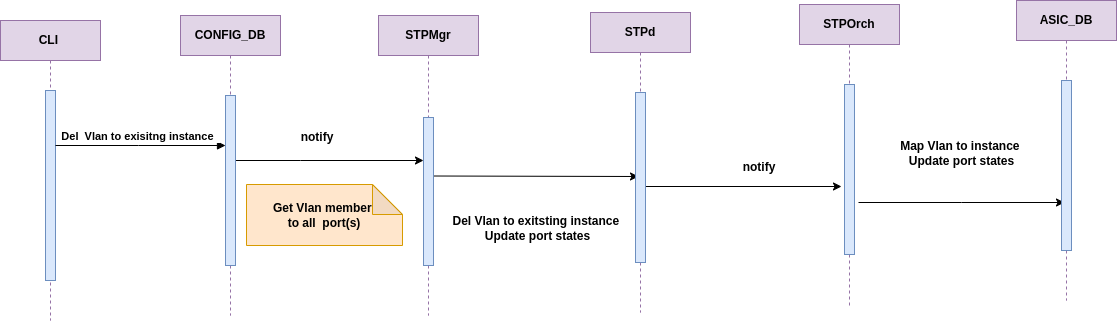
sonic-net/SONiC keeps this draw.io diagram as doc/MSTP/images/MSTP_Del_ExistingInstance.drawio.png. Above is the earlier version. Source tidied: cells renumbered, new cells last; positions are measured from the earlier drawing's top-left corner, leaving out a move shared by most shapes. Its diagram source:
```xml
<mxGraphModel>
  <root>
    <mxCell id="0" />
    <mxCell id="1" parent="0" />
    <mxCell id="2" value="CLI&amp;nbsp;" style="shape=umlLifeline;perimeter=lifelinePerimeter;whiteSpace=wrap;html=1;newEdgeStyle={&quot;edgeStyle&quot;:&quot;elbowEdgeStyle&quot;,&quot;elbow&quot;:&quot;vertical&quot;,&quot;curved&quot;:0,&quot;rounded&quot;:0};fillColor=#e1d5e7;strokeColor=#9673a6;fontStyle=1;" parent="1" vertex="1">
      <mxGeometry y="20" width="100" height="300" as="geometry" />
    </mxCell>
    <mxCell id="3" style="html=1;points=[];perimeter=orthogonalPerimeter;outlineConnect=0;targetShapes=umlLifeline;portConstraint=eastwest;newEdgeStyle={&quot;edgeStyle&quot;:&quot;elbowEdgeStyle&quot;,&quot;elbow&quot;:&quot;vertical&quot;,&quot;curved&quot;:0,&quot;rounded&quot;:0};fillColor=#dae8fc;strokeColor=#6c8ebf;fontStyle=1;" parent="2" vertex="1">
      <mxGeometry x="45" y="70" width="10" height="190" as="geometry" />
    </mxCell>
    <mxCell id="4" style="edgeStyle=elbowEdgeStyle;rounded=0;jettySize=auto;html=1;elbow=vertical;curved=0;fontStyle=1;" parent="1" edge="1" source="5" target="10">
      <mxGeometry relative="1" as="geometry">
        <Array as="points">
          <mxPoint x="300" y="160" />
          <mxPoint x="319" y="196" />
          <mxPoint x="433" y="146" />
        </Array>
      </mxGeometry>
    </mxCell>
    <mxCell id="5" value="CONFIG_DB" style="shape=umlLifeline;perimeter=lifelinePerimeter;whiteSpace=wrap;html=1;outlineConnect=0;portConstraint=eastwest;newEdgeStyle={&quot;edgeStyle&quot;:&quot;elbowEdgeStyle&quot;,&quot;elbow&quot;:&quot;vertical&quot;,&quot;curved&quot;:0,&quot;rounded&quot;:0};fillColor=#e1d5e7;strokeColor=#9673a6;fontStyle=1;" parent="1" vertex="1">
      <mxGeometry x="180" y="15" width="100" height="300" as="geometry" />
    </mxCell>
    <mxCell id="6" style="html=1;points=[];perimeter=orthogonalPerimeter;outlineConnect=0;targetShapes=umlLifeline;portConstraint=eastwest;newEdgeStyle={&quot;edgeStyle&quot;:&quot;elbowEdgeStyle&quot;,&quot;elbow&quot;:&quot;vertical&quot;,&quot;curved&quot;:0,&quot;rounded&quot;:0};fillColor=#dae8fc;strokeColor=#6c8ebf;fontStyle=1;" parent="5" vertex="1">
      <mxGeometry x="45" y="80" width="10" height="170" as="geometry" />
    </mxCell>
    <mxCell id="7" value="&lt;div&gt;Del&amp;nbsp; Vlan to exisitng instance&amp;nbsp;&amp;nbsp;&lt;/div&gt;" style="html=1;verticalAlign=bottom;endArrow=block;edgeStyle=elbowEdgeStyle;elbow=horizontal;curved=0;rounded=0;fontStyle=1;" parent="1" edge="1" source="3" target="6">
      <mxGeometry relative="1" as="geometry">
        <Array as="points">
          <mxPoint x="138" y="145" />
          <mxPoint x="260" y="100" />
        </Array>
      </mxGeometry>
    </mxCell>
    <mxCell id="8" style="edgeStyle=elbowEdgeStyle;rounded=0;orthogonalLoop=1;jettySize=auto;html=1;elbow=vertical;curved=0;fontStyle=1;" parent="1" edge="1">
      <mxGeometry relative="1" as="geometry">
        <mxPoint x="430.5" y="175.5" as="sourcePoint" />
        <mxPoint x="638" y="176" as="targetPoint" />
      </mxGeometry>
    </mxCell>
    <mxCell id="9" value="STPMgr" style="shape=umlLifeline;perimeter=lifelinePerimeter;whiteSpace=wrap;html=1;newEdgeStyle={&quot;edgeStyle&quot;:&quot;elbowEdgeStyle&quot;,&quot;elbow&quot;:&quot;vertical&quot;,&quot;curved&quot;:0,&quot;rounded&quot;:0};fillColor=#e1d5e7;strokeColor=#9673a6;fontStyle=1;" parent="1" vertex="1">
      <mxGeometry x="378" y="15" width="100" height="300" as="geometry" />
    </mxCell>
    <mxCell id="10" style="html=1;points=[];perimeter=orthogonalPerimeter;outlineConnect=0;targetShapes=umlLifeline;portConstraint=eastwest;newEdgeStyle={&quot;edgeStyle&quot;:&quot;elbowEdgeStyle&quot;,&quot;elbow&quot;:&quot;vertical&quot;,&quot;curved&quot;:0,&quot;rounded&quot;:0};fillColor=#dae8fc;strokeColor=#6c8ebf;fontStyle=1;" parent="9" vertex="1">
      <mxGeometry x="45" y="102" width="10" height="148" as="geometry" />
    </mxCell>
    <mxCell id="11" style="edgeStyle=elbowEdgeStyle;rounded=0;jettySize=auto;html=1;elbow=vertical;curved=0;fontStyle=1;" parent="1" edge="1" source="12">
      <mxGeometry relative="1" as="geometry">
        <mxPoint x="841" y="186" as="targetPoint" />
      </mxGeometry>
    </mxCell>
    <mxCell id="12" value="STPd" style="shape=umlLifeline;perimeter=lifelinePerimeter;whiteSpace=wrap;html=1;outlineConnect=0;portConstraint=eastwest;newEdgeStyle={&quot;edgeStyle&quot;:&quot;elbowEdgeStyle&quot;,&quot;elbow&quot;:&quot;vertical&quot;,&quot;curved&quot;:0,&quot;rounded&quot;:0};fillColor=#e1d5e7;strokeColor=#9673a6;fontStyle=1;" parent="1" vertex="1">
      <mxGeometry x="590" y="12" width="100" height="300" as="geometry" />
    </mxCell>
    <mxCell id="13" style="html=1;perimeter=orthogonalPerimeter;targetShapes=umlLifeline;newEdgeStyle={&quot;edgeStyle&quot;:&quot;elbowEdgeStyle&quot;,&quot;elbow&quot;:&quot;vertical&quot;,&quot;curved&quot;:0,&quot;rounded&quot;:0};fillColor=#dae8fc;strokeColor=#6c8ebf;fontStyle=1;" parent="12" vertex="1">
      <mxGeometry x="45" y="80" width="10" height="170" as="geometry" />
    </mxCell>
    <mxCell id="14" style="edgeStyle=elbowEdgeStyle;rounded=0;orthogonalLoop=1;jettySize=auto;html=1;elbow=vertical;curved=0;fontStyle=1;" parent="1" edge="1">
      <mxGeometry relative="1" as="geometry">
        <mxPoint x="858" y="202" as="sourcePoint" />
        <mxPoint x="1064" y="202" as="targetPoint" />
      </mxGeometry>
    </mxCell>
    <mxCell id="15" value="STPOrch" style="shape=umlLifeline;perimeter=lifelinePerimeter;whiteSpace=wrap;html=1;newEdgeStyle={&quot;edgeStyle&quot;:&quot;elbowEdgeStyle&quot;,&quot;elbow&quot;:&quot;vertical&quot;,&quot;curved&quot;:0,&quot;rounded&quot;:0};fillColor=#e1d5e7;strokeColor=#9673a6;fontStyle=1;" parent="1" vertex="1">
      <mxGeometry x="799" y="4" width="100" height="302" as="geometry" />
    </mxCell>
    <mxCell id="16" style="html=1;perimeter=orthogonalPerimeter;targetShapes=umlLifeline;newEdgeStyle={&quot;edgeStyle&quot;:&quot;elbowEdgeStyle&quot;,&quot;elbow&quot;:&quot;vertical&quot;,&quot;curved&quot;:0,&quot;rounded&quot;:0};fillColor=#dae8fc;strokeColor=#6c8ebf;fontStyle=1;" parent="15" vertex="1">
      <mxGeometry x="45" y="80" width="10" height="170" as="geometry" />
    </mxCell>
    <mxCell id="17" value="ASIC_DB" style="shape=umlLifeline;perimeter=lifelinePerimeter;whiteSpace=wrap;html=1;newEdgeStyle={&quot;edgeStyle&quot;:&quot;elbowEdgeStyle&quot;,&quot;elbow&quot;:&quot;vertical&quot;,&quot;curved&quot;:0,&quot;rounded&quot;:0};fillColor=#e1d5e7;strokeColor=#9673a6;fontStyle=1;" parent="1" vertex="1">
      <mxGeometry x="1016" width="100" height="300" as="geometry" />
    </mxCell>
    <mxCell id="18" style="html=1;perimeter=orthogonalPerimeter;targetShapes=umlLifeline;newEdgeStyle={&quot;edgeStyle&quot;:&quot;elbowEdgeStyle&quot;,&quot;elbow&quot;:&quot;vertical&quot;,&quot;curved&quot;:0,&quot;rounded&quot;:0};fillColor=#dae8fc;strokeColor=#6c8ebf;fontStyle=1;" parent="17" vertex="1">
      <mxGeometry x="45" y="80" width="10" height="170" as="geometry" />
    </mxCell>
    <mxCell id="19" value="notify" style="text;html=1;align=center;verticalAlign=middle;whiteSpace=wrap;rounded=0;fontStyle=1;" parent="1" vertex="1">
      <mxGeometry x="287" y="122" width="60" height="30" as="geometry" />
    </mxCell>
    <mxCell id="20" value="notify" style="text;html=1;align=center;verticalAlign=middle;whiteSpace=wrap;rounded=0;fontStyle=1;" parent="1" vertex="1">
      <mxGeometry x="729" y="152" width="60" height="30" as="geometry" />
    </mxCell>
    <mxCell id="21" value="Get Vlan member&amp;nbsp;&lt;div&gt;to&amp;nbsp;&lt;span style=&quot;background-color: initial;&quot;&gt;all&amp;nbsp;&amp;nbsp;&lt;/span&gt;&lt;span style=&quot;background-color: initial;&quot;&gt;port(s)&lt;/span&gt;&lt;/div&gt;" style="shape=note;whiteSpace=wrap;html=1;backgroundOutline=1;darkOpacity=0.05;fillColor=#ffe6cc;strokeColor=#d79b00;fontStyle=1;" parent="1" vertex="1">
      <mxGeometry x="246" y="184" width="156" height="61" as="geometry" />
    </mxCell>
    <mxCell id="22" value="&lt;div&gt;Del Vlan to exitsting instance&amp;nbsp;&lt;/div&gt;&lt;div&gt;Update port states&lt;/div&gt;" style="text;html=1;align=center;verticalAlign=middle;whiteSpace=wrap;rounded=0;fontStyle=1;" parent="1" vertex="1">
      <mxGeometry x="445" y="191" width="185" height="74" as="geometry" />
    </mxCell>
    <mxCell id="23" value="&lt;div&gt;Map Vlan to instance&amp;nbsp;&lt;/div&gt;&lt;div&gt;Update port states&lt;/div&gt;" style="text;html=1;align=center;verticalAlign=middle;whiteSpace=wrap;rounded=0;fontStyle=1;" parent="1" vertex="1">
      <mxGeometry x="869" y="116" width="185" height="74" as="geometry" />
    </mxCell>
  </root>
</mxGraphModel>
```
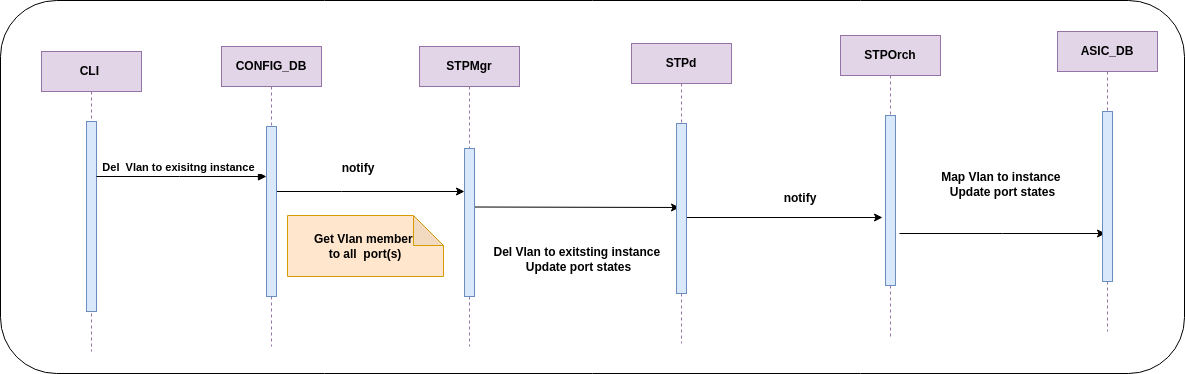
Later version of the same file.

What changed in the source:
```diff
@@ -2,6 +2,9 @@
   <root>
     <mxCell id="0" />
     <mxCell id="1" parent="0" />
+    <mxCell id="24" style="rounded=1;whiteSpace=wrap;html=1;" parent="1" vertex="1">
+      <mxGeometry x="-41" y="-31" width="1184" height="373" as="geometry" />
+    </mxCell>
     <mxCell id="2" value="CLI&amp;nbsp;" style="shape=umlLifeline;perimeter=lifelinePerimeter;whiteSpace=wrap;html=1;newEdgeStyle={&quot;edgeStyle&quot;:&quot;elbowEdgeStyle&quot;,&quot;elbow&quot;:&quot;vertical&quot;,&quot;curved&quot;:0,&quot;rounded&quot;:0};fillColor=#e1d5e7;strokeColor=#9673a6;fontStyle=1;" parent="1" vertex="1">
       <mxGeometry y="20" width="100" height="300" as="geometry" />
     </mxCell>
```
